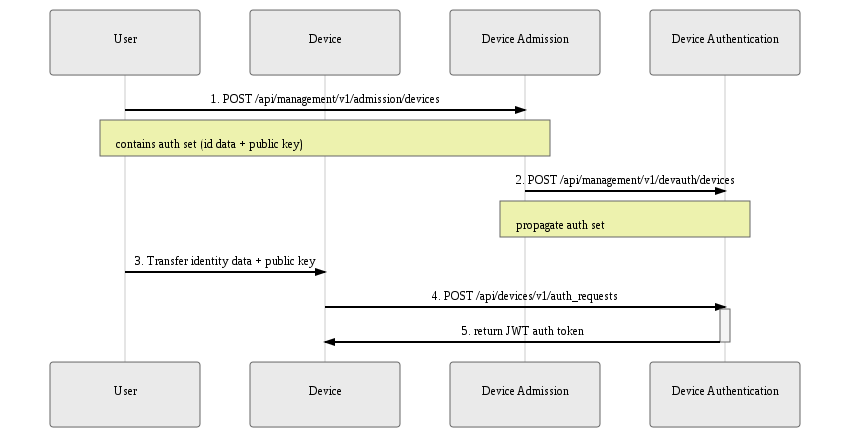
Before: 02.Architecture/02.Device-authentication/preauth.png, a diagram exported from Mermaid (mendersoftware/mender-docs). Its source is kept beside it as 02.Architecture/02.Device-authentication/preauth.mermaid. The source it was exported from:
```mermaid
sequenceDiagram
    participant User
    participant Device
    participant Device Admission
    participant Device Authentication

    User->>Device Admission: 1. POST /api/management/v1/admission/devices
    Note over User,Device Admission: contains auth set (id data + public key)
    Device Admission->>Device Authentication: 2. POST  /api/management/v1/devauth/devices
    Note over  Device Admission, Device Authentication: propagate auth set
    User->>Device: 3. Transfer identity data + public key
    Device->>+Device Authentication: 4. POST /api/devices/v1/auth_requests
    Device Authentication->>-Device: 5. return JWT auth token
```
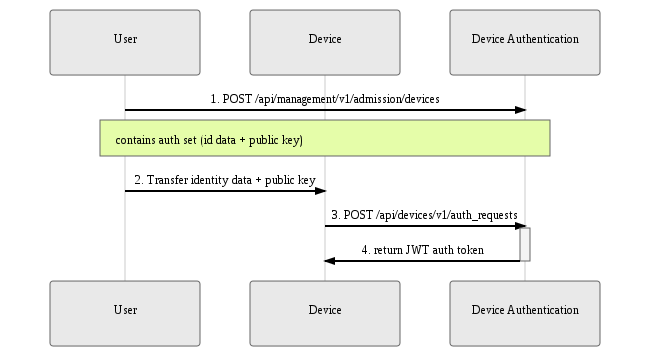
After the commit.

Commit message:
02.Architecture/02.Device-authentication: remove mention of the Device Admission service

What changed in the source:
```diff
@@ -1,13 +1,10 @@
 sequenceDiagram
     participant User
     participant Device
-    participant Device Admission
     participant Device Authentication
 
-    User->>Device Admission: 1. POST /api/management/v1/admission/devices
-    Note over User,Device Admission: contains auth set (id data + public key)
-    Device Admission->>Device Authentication: 2. POST  /api/management/v1/devauth/devices
-    Note over  Device Admission, Device Authentication: propagate auth set
-    User->>Device: 3. Transfer identity data + public key
-    Device->>+Device Authentication: 4. POST /api/devices/v1/auth_requests
-    Device Authentication->>-Device: 5. return JWT auth token
+    User->>Device Authentication: 1. POST /api/management/v1/admission/devices
+    Note over User,Device Authentication: contains auth set (id data + public key)
+    User->>Device: 2. Transfer identity data + public key
+    Device->>+Device Authentication: 3. POST /api/devices/v1/auth_requests
+    Device Authentication->>-Device: 4. return JWT auth token
```
